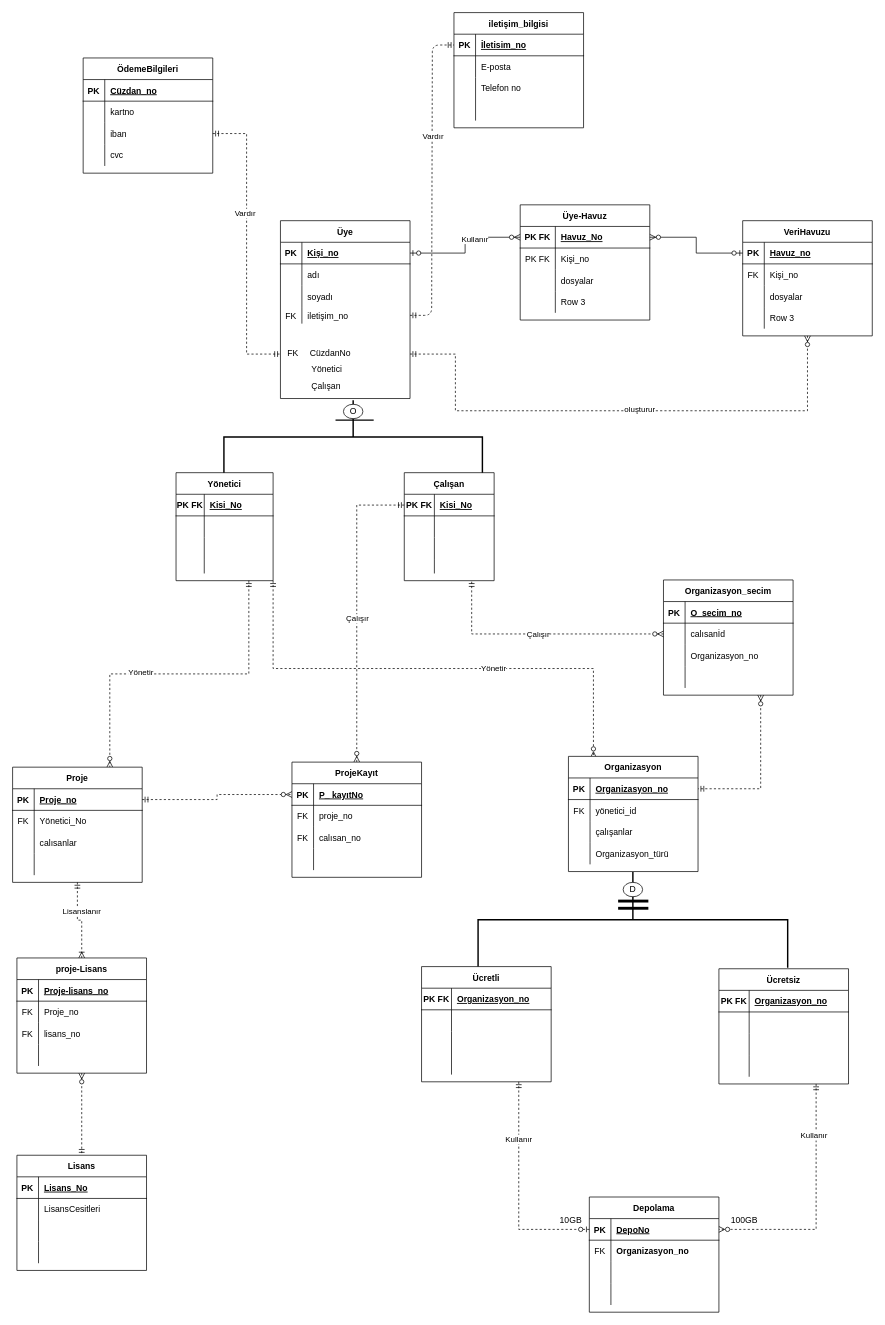
Earlier version of the draw.io diagram Untitled Diasgram.drawio (derleyici/DatabaseManagementSystems). Source tidied: cells renumbered, new cells numbered last; positions are measured from the earlier drawing's top-left corner, leaving out a move shared by most shapes. Both pictures are drawn from the tidied source at 72%, with x=0, y=0 at pixel (12, 12).
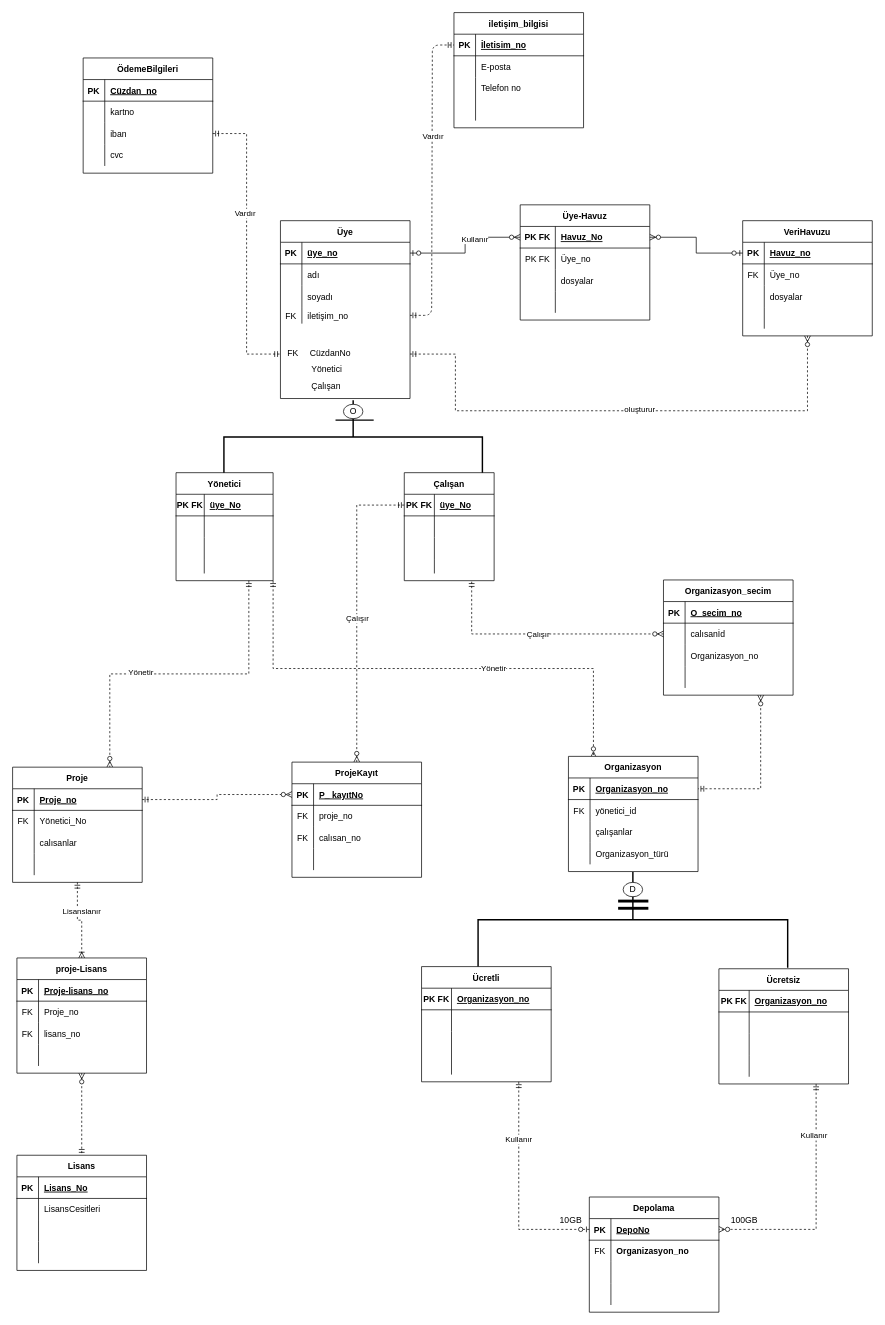
After the change.

The change refers to these unchanged cells:
```xml
<mxCell id="5" style="shape=partialRectangle;fillColor=none;top=0;left=0;bottom=1;right=0;points=[[0,0.5],[1,0.5]];portConstraint=eastwest;" parent="4" vertex="1">
  <mxGeometry y="30" width="180" height="30" as="geometry" />
</mxCell>
<mxCell id="55" style="shape=partialRectangle;fillColor=none;top=0;left=0;bottom=1;right=0;" parent="54" vertex="1">
  <mxGeometry y="30" width="134.8" height="30" as="geometry" />
</mxCell>
<mxCell id="68" style="shape=partialRectangle;fillColor=none;top=0;left=0;bottom=1;right=0;points=[[0,0.5],[1,0.5]];portConstraint=eastwest;" parent="67" vertex="1">
  <mxGeometry y="30" width="124.8" height="30" as="geometry" />
</mxCell>
<mxCell id="144" style="shape=partialRectangle;fillColor=none;top=0;left=0;bottom=0;right=0;" parent="140" vertex="1">
  <mxGeometry y="60" width="180" height="30" as="geometry" />
</mxCell>
<mxCell id="150" style="shape=partialRectangle;fillColor=none;top=0;left=0;bottom=0;right=0;" parent="140" vertex="1">
  <mxGeometry y="120" width="180" height="30" as="geometry" />
</mxCell>
<mxCell id="203" style="shape=partialRectangle;fillColor=none;top=0;left=0;bottom=0;right=0;" parent="199" vertex="1">
  <mxGeometry y="60" width="180" height="30" as="geometry" />
</mxCell>
<mxCell id="209" style="shape=partialRectangle;fillColor=none;top=0;left=0;bottom=0;right=0;" parent="199" vertex="1">
  <mxGeometry y="120" width="180" height="30" as="geometry" />
</mxCell>
```

Change to the diagram source:
```diff
@@
-    <mxCell id="7" value="Kişi_no" style="shape=partialRectangle;fillColor=none;top=0;left=0;bottom=0;right=0;align=left;spacingLeft=6;fontStyle=5;overflow=hidden;" parent="5" vertex="1">
+    <mxCell id="7" value="üye_no" style="shape=partialRectangle;fillColor=none;top=0;left=0;bottom=0;right=0;align=left;spacingLeft=6;fontStyle=5;overflow=hidden;" parent="5" vertex="1">
       <mxGeometry x="29.8" width="150.2" height="30" as="geometry" />
     </mxCell>
@@
-    <mxCell id="57" value="Kisi_No" style="shape=partialRectangle;fillColor=none;top=0;left=0;bottom=0;right=0;align=left;spacingLeft=6;fontStyle=5;overflow=hidden;" parent="55" vertex="1">
+    <mxCell id="57" value="üye_No" style="shape=partialRectangle;fillColor=none;top=0;left=0;bottom=0;right=0;align=left;spacingLeft=6;fontStyle=5;overflow=hidden;" parent="55" vertex="1">
       <mxGeometry x="39.2" width="95.6" height="30" as="geometry" />
     </mxCell>
@@
-    <mxCell id="70" value="Kisi_No" style="shape=partialRectangle;fillColor=none;top=0;left=0;bottom=0;right=0;align=left;spacingLeft=6;fontStyle=5;overflow=hidden;" parent="68" vertex="1">
+    <mxCell id="70" value="üye_No" style="shape=partialRectangle;fillColor=none;top=0;left=0;bottom=0;right=0;align=left;spacingLeft=6;fontStyle=5;overflow=hidden;" parent="68" vertex="1">
       <mxGeometry x="41.8" width="83" height="30" as="geometry" />
     </mxCell>
@@
-    <mxCell id="146" value="Kişi_no" style="shape=partialRectangle;fillColor=none;top=0;left=0;bottom=0;right=0;align=left;spacingLeft=6;overflow=hidden;" parent="144" vertex="1">
+    <mxCell id="146" value="Üye_no" style="shape=partialRectangle;fillColor=none;top=0;left=0;bottom=0;right=0;align=left;spacingLeft=6;overflow=hidden;" parent="144" vertex="1">
       <mxGeometry x="30" width="150" height="30" as="geometry" />
     </mxCell>
@@
-    <mxCell id="152" value="Row 3" style="shape=partialRectangle;fillColor=none;top=0;left=0;bottom=0;right=0;align=left;spacingLeft=6;overflow=hidden;" parent="150" vertex="1">
+    <mxCell id="152" style="shape=partialRectangle;fillColor=none;top=0;left=0;bottom=0;right=0;align=left;spacingLeft=6;overflow=hidden;" parent="150" vertex="1">
       <mxGeometry x="30" width="150" height="30" as="geometry" />
     </mxCell>
@@
-    <mxCell id="205" value="Kişi_no" style="shape=partialRectangle;fillColor=none;top=0;left=0;bottom=0;right=0;align=left;spacingLeft=6;overflow=hidden;" parent="203" vertex="1">
+    <mxCell id="205" value="Üye_no" style="shape=partialRectangle;fillColor=none;top=0;left=0;bottom=0;right=0;align=left;spacingLeft=6;overflow=hidden;" parent="203" vertex="1">
       <mxGeometry x="48.8" width="131.2" height="30" as="geometry" />
     </mxCell>
@@
-    <mxCell id="211" value="Row 3" style="shape=partialRectangle;fillColor=none;top=0;left=0;bottom=0;right=0;align=left;spacingLeft=6;overflow=hidden;" parent="209" vertex="1">
+    <mxCell id="211" style="shape=partialRectangle;fillColor=none;top=0;left=0;bottom=0;right=0;align=left;spacingLeft=6;overflow=hidden;" parent="209" vertex="1">
       <mxGeometry x="48.8" width="131.2" height="30" as="geometry" />
     </mxCell>
```
